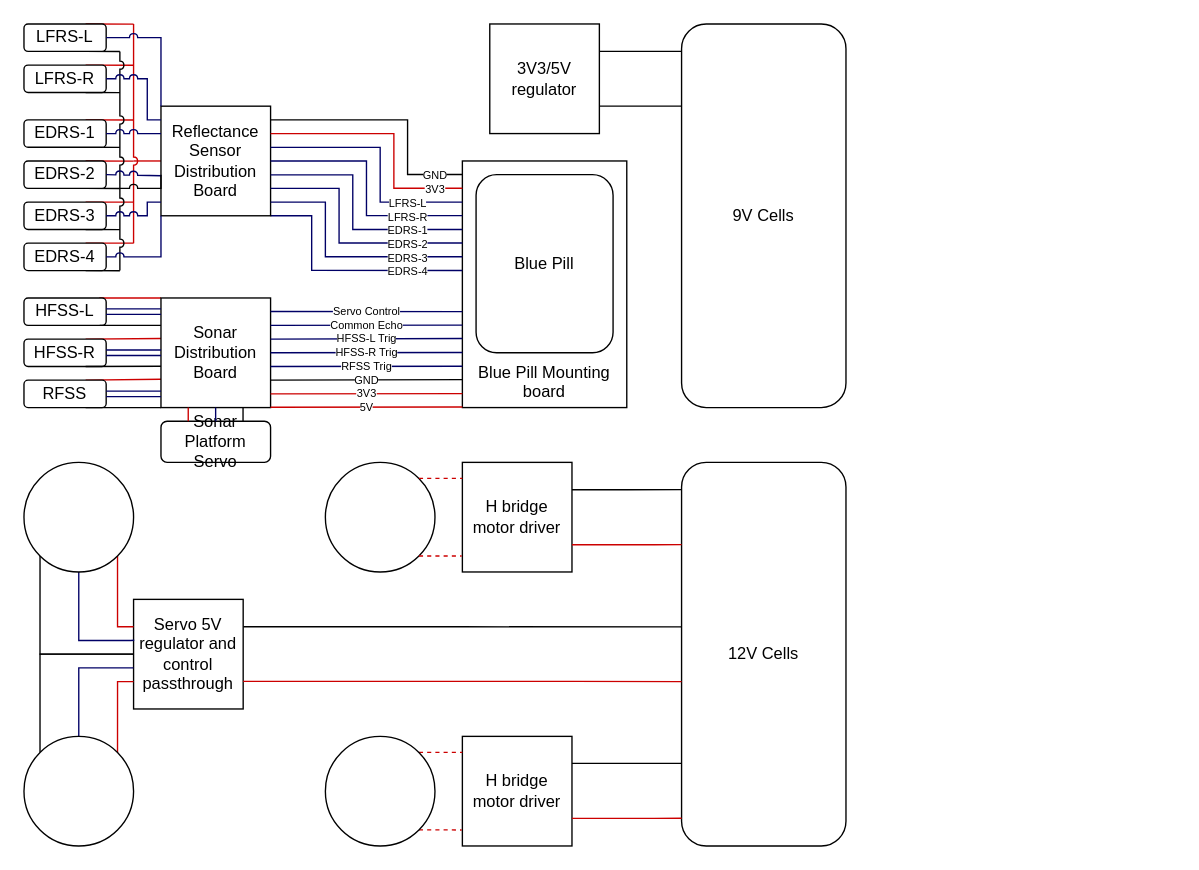
Earlier version of the draw.io diagram Electroncs.drawio (ENPH-253-Team-Nine/Electronics-Diagrams). Source tidied: cells renumbered, new cells numbered last; positions are measured from the earlier drawing's top-left corner, leaving out a move shared by most shapes. Both pictures are drawn from the tidied source at 137%, with x=0, y=0 at pixel (23, 23).
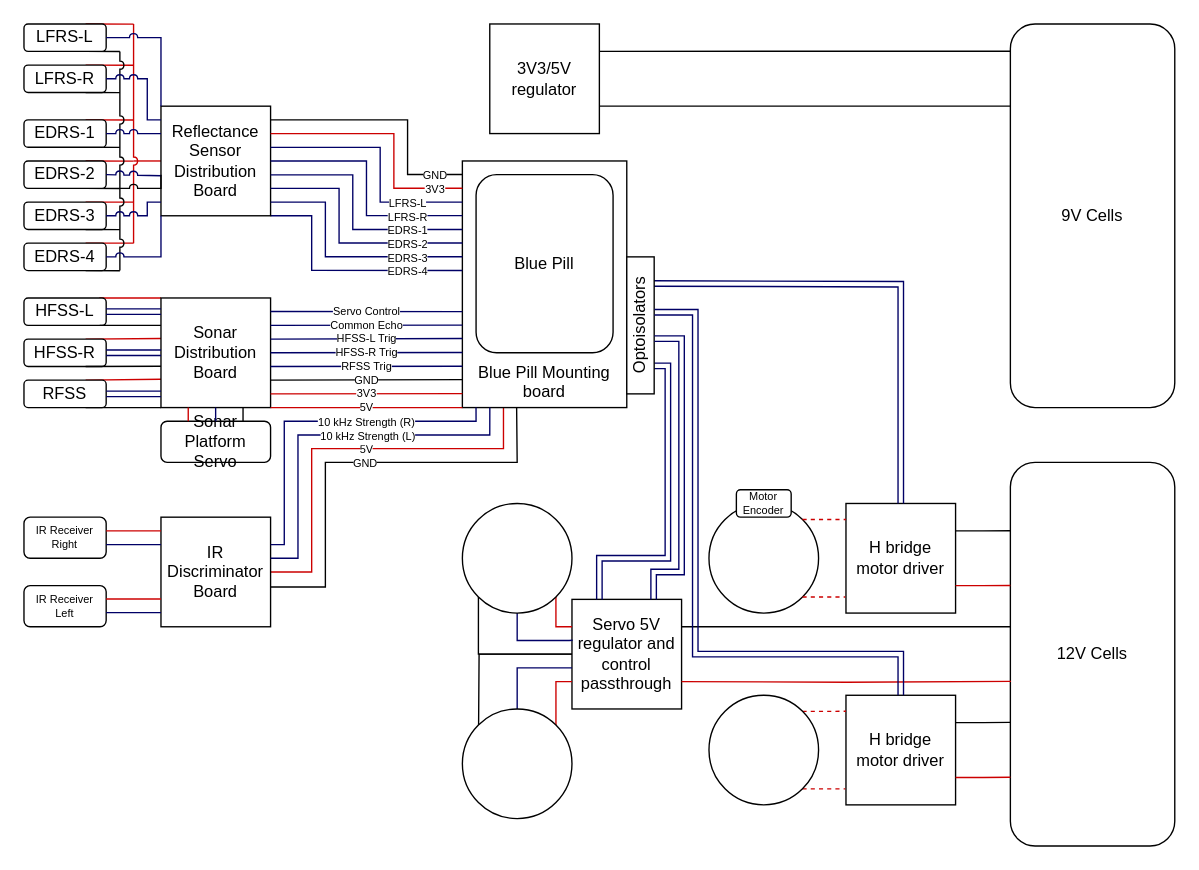
Above is the later version.

Unchanged cells that the change refers to:
```xml
<mxCell id="30" value="&lt;div&gt;&lt;br&gt;&lt;/div&gt;&lt;div&gt;&lt;br&gt;&lt;/div&gt;&lt;div&gt;&lt;br&gt;&lt;/div&gt;&lt;div&gt;&lt;br&gt;&lt;/div&gt;&lt;div&gt;&lt;br&gt;&lt;/div&gt;&lt;div&gt;&lt;br&gt;&lt;/div&gt;&lt;div&gt;&lt;br&gt;&lt;/div&gt;&lt;div&gt;&lt;br&gt;&lt;/div&gt;&lt;div&gt;&lt;br&gt;&lt;/div&gt;&lt;div&gt;&lt;br&gt;&lt;/div&gt;&lt;div&gt;Blue Pill Mounting board&lt;/div&gt;" style="rounded=0;whiteSpace=wrap;html=1;" parent="1" vertex="1">
  <mxGeometry x="320" y="100" width="120" height="180" as="geometry" />
</mxCell>
<mxCell id="33" value="3V3/5V regulator" style="whiteSpace=wrap;html=1;" parent="1" vertex="1">
  <mxGeometry x="340" width="80" height="80" as="geometry" />
</mxCell>
```

What changed in the source:
```diff
@@
+    <mxCell id="94" value="&lt;font style=&quot;font-size: 8px;&quot;&gt;GND&lt;/font&gt;" style="edgeStyle=orthogonalEdgeStyle;rounded=0;sketch=0;jumpStyle=arc;jettySize=auto;html=1;shadow=0;fontSize=12;endArrow=none;endFill=0;strokeColor=#000000;entryX=0.33;entryY=0.998;entryDx=0;entryDy=0;entryPerimeter=0;" parent="1" edge="1" target="30">
+      <mxGeometry x="0.03" relative="1" as="geometry">
+        <mxPoint x="180" y="411" as="sourcePoint" />
+        <Array as="points">
+          <mxPoint x="220" y="411" />
+          <mxPoint x="220" y="320" />
+          <mxPoint x="360" y="320" />
+          <mxPoint x="360" y="300" />
+          <mxPoint x="360" y="300" />
+        </Array>
+      </mxGeometry>
+    </mxCell>
+    <mxCell id="95" value="&lt;font style=&quot;font-size: 8px;&quot;&gt;5V&lt;/font&gt;" style="edgeStyle=orthogonalEdgeStyle;rounded=0;sketch=0;jumpStyle=arc;jettySize=auto;html=1;exitX=1;exitY=0.5;exitDx=0;exitDy=0;entryX=0.25;entryY=1;entryDx=0;entryDy=0;shadow=0;fontSize=12;endArrow=none;endFill=0;strokeColor=#CC0000;" parent="1" edge="1" source="101" target="30">
+      <mxGeometry x="0.1" relative="1" as="geometry">
+        <Array as="points">
+          <mxPoint x="210" y="400" />
+          <mxPoint x="210" y="310" />
+          <mxPoint x="350" y="310" />
+        </Array>
+      </mxGeometry>
+    </mxCell>
@@
     <mxCell id="5" value="12V Cells" style="rounded=1;whiteSpace=wrap;html=1;" parent="1" vertex="1">
-      <mxGeometry x="480" y="320" width="120" height="280" as="geometry" />
+      <mxGeometry x="720" y="320" width="120" height="280" as="geometry" />
     </mxCell>
     <mxCell id="6" value="9V Cells" style="rounded=1;whiteSpace=wrap;html=1;" parent="1" vertex="1">
-      <mxGeometry x="480" width="120" height="280" as="geometry" />
+      <mxGeometry x="720" width="120" height="280" as="geometry" />
     </mxCell>
-    <mxCell id="7" style="edgeStyle=orthogonalEdgeStyle;rounded=0;jettySize=auto;html=1;exitX=1;exitY=0.25;exitDx=0;exitDy=0;entryX=0;entryY=0.071;entryDx=0;entryDy=0;entryPerimeter=0;endArrow=none;endFill=0;" parent="1" edge="1" source="8" target="5">
-      <mxGeometry relative="1" as="geometry" />
+    <mxCell id="7" style="edgeStyle=orthogonalEdgeStyle;rounded=0;jettySize=auto;html=1;exitX=1;exitY=0.25;exitDx=0;exitDy=0;entryX=0;entryY=0.071;entryDx=0;entryDy=0;entryPerimeter=0;endArrow=none;endFill=0;" parent="1" edge="1" source="8">
+      <mxGeometry relative="1" as="geometry">
+        <mxPoint x="720" y="369.9" as="targetPoint" />
+      </mxGeometry>
     </mxCell>
     <mxCell id="8" value="H bridge motor driver" style="whiteSpace=wrap;html=1;" parent="1" vertex="1">
-      <mxGeometry x="320" y="320" width="80" height="80" as="geometry" />
+      <mxGeometry x="600" y="350" width="80" height="80" as="geometry" />
     </mxCell>
     <mxCell id="9" value="H bridge motor driver" style="whiteSpace=wrap;html=1;" parent="1" vertex="1">
-      <mxGeometry x="320" y="520" width="80" height="80" as="geometry" />
+      <mxGeometry x="600" y="490" width="80" height="80" as="geometry" />
     </mxCell>
-    <mxCell id="10" style="edgeStyle=orthogonalEdgeStyle;rounded=0;jettySize=auto;html=1;exitX=0;exitY=0.5;exitDx=0;exitDy=0;entryX=0;entryY=0;entryDx=0;entryDy=0;endArrow=none;endFill=0;" parent="1" edge="1" source="12" target="23">
-      <mxGeometry relative="1" as="geometry" />
+    <mxCell id="10" style="edgeStyle=orthogonalEdgeStyle;rounded=0;jettySize=auto;html=1;exitX=0;exitY=0.5;exitDx=0;exitDy=0;entryX=0;entryY=0;entryDx=0;entryDy=0;endArrow=none;endFill=0;" parent="1" edge="1" source="12">
+      <mxGeometry relative="1" as="geometry">
+        <mxPoint x="331.7" y="531.7" as="targetPoint" />
+      </mxGeometry>
     </mxCell>
-    <mxCell id="11" style="edgeStyle=orthogonalEdgeStyle;rounded=0;jettySize=auto;html=1;exitX=1;exitY=0.25;exitDx=0;exitDy=0;endArrow=none;endFill=0;entryX=0;entryY=0.429;entryDx=0;entryDy=0;entryPerimeter=0;" parent="1" edge="1" source="12" target="5">
-      <mxGeometry relative="1" as="geometry" />
+    <mxCell id="11" style="edgeStyle=orthogonalEdgeStyle;rounded=0;jettySize=auto;html=1;exitX=1;exitY=0.25;exitDx=0;exitDy=0;endArrow=none;endFill=0;jumpStyle=none;" parent="1" edge="1" source="12">
+      <mxGeometry relative="1" as="geometry">
+        <mxPoint x="720" y="440" as="targetPoint" />
+      </mxGeometry>
     </mxCell>
     <mxCell id="12" value="Servo 5V regulator and control passthrough" style="whiteSpace=wrap;html=1;" parent="1" vertex="1">
-      <mxGeometry x="80" y="420" width="80" height="80" as="geometry" />
+      <mxGeometry x="400" y="420" width="80" height="80" as="geometry" />
     </mxCell>
     <mxCell id="13" style="ellipse;whiteSpace=wrap;html=1;" parent="1" vertex="1">
-      <mxGeometry x="220" y="320" width="80" height="80" as="geometry" />
+      <mxGeometry x="500" y="350" width="80" height="80" as="geometry" />
     </mxCell>
@@
     <mxCell id="16" style="ellipse;whiteSpace=wrap;html=1;" parent="1" vertex="1">
-      <mxGeometry x="220" y="520" width="80" height="80" as="geometry" />
+      <mxGeometry x="500" y="490" width="80" height="80" as="geometry" />
     </mxCell>
     <mxCell id="17" style="edgeStyle=orthogonalEdgeStyle;rounded=0;jettySize=auto;html=1;exitX=1;exitY=1;exitDx=0;exitDy=0;entryX=0;entryY=0.25;entryDx=0;entryDy=0;endArrow=none;endFill=0;strokeColor=#CC0000;" parent="1" edge="1" source="20" target="12">
       <mxGeometry relative="1" as="geometry">
         <Array as="points">
-          <mxPoint x="68" y="440" />
+          <mxPoint x="388" y="440" />
         </Array>
       </mxGeometry>
     </mxCell>
     <mxCell id="18" style="edgeStyle=orthogonalEdgeStyle;rounded=0;jettySize=auto;html=1;exitX=0.5;exitY=1;exitDx=0;exitDy=0;endArrow=none;endFill=0;entryX=0.006;entryY=0.373;entryDx=0;entryDy=0;entryPerimeter=0;strokeColor=#000066;" parent="1" edge="1" source="20" target="12">
       <mxGeometry relative="1" as="geometry">
         <Array as="points">
-          <mxPoint x="40" y="450" />
-          <mxPoint x="78" y="450" />
+          <mxPoint x="360" y="450" />
+          <mxPoint x="398" y="450" />
         </Array>
       </mxGeometry>
     </mxCell>
@@
     <mxCell id="20" style="ellipse;whiteSpace=wrap;html=1;" parent="1" vertex="1">
-      <mxGeometry y="320" width="80" height="80" as="geometry" />
+      <mxGeometry x="320" y="350" width="80" height="80" as="geometry" />
     </mxCell>
-    <mxCell id="21" style="edgeStyle=orthogonalEdgeStyle;rounded=0;jettySize=auto;html=1;exitX=0.5;exitY=0;exitDx=0;exitDy=0;entryX=0;entryY=0.625;entryDx=0;entryDy=0;entryPerimeter=0;endArrow=none;endFill=0;strokeColor=#000066;" parent="1" edge="1" source="23" target="12">
-      <mxGeometry relative="1" as="geometry" />
+    <mxCell id="21" style="edgeStyle=orthogonalEdgeStyle;rounded=0;jettySize=auto;html=1;exitX=0.5;exitY=0;exitDx=0;exitDy=0;entryX=0;entryY=0.625;entryDx=0;entryDy=0;entryPerimeter=0;endArrow=none;endFill=0;strokeColor=#000066;" parent="1" edge="1" target="12">
+      <mxGeometry relative="1" as="geometry">
+        <mxPoint x="360" y="520" as="sourcePoint" />
+        <Array as="points">
+          <mxPoint x="360" y="470" />
+        </Array>
+      </mxGeometry>
     </mxCell>
-    <mxCell id="22" style="edgeStyle=orthogonalEdgeStyle;rounded=0;jettySize=auto;html=1;exitX=1;exitY=0;exitDx=0;exitDy=0;entryX=0;entryY=0.75;entryDx=0;entryDy=0;endArrow=none;endFill=0;strokeColor=#CC0000;" parent="1" edge="1" source="23" target="12">
+    <mxCell id="22" style="edgeStyle=orthogonalEdgeStyle;rounded=0;jettySize=auto;html=1;exitX=1;exitY=0;exitDx=0;exitDy=0;entryX=0;entryY=0.75;entryDx=0;entryDy=0;endArrow=none;endFill=0;strokeColor=#CC0000;" parent="1" edge="1" target="12">
       <mxGeometry relative="1" as="geometry">
+        <mxPoint x="388.3" y="531.7" as="sourcePoint" />
         <Array as="points">
-          <mxPoint x="68" y="480" />
+          <mxPoint x="388" y="480" />
         </Array>
       </mxGeometry>
     </mxCell>
     <mxCell id="23" style="ellipse;whiteSpace=wrap;html=1;" parent="1" vertex="1">
-      <mxGeometry y="520" width="80" height="80" as="geometry" />
+      <mxGeometry x="320" y="500" width="80" height="80" as="geometry" />
     </mxCell>
-    <mxCell id="24" style="edgeStyle=orthogonalEdgeStyle;rounded=0;orthogonalLoop=1;jettySize=auto;html=1;exitX=1;exitY=0.25;exitDx=0;exitDy=0;endArrow=none;endFill=0;entryX=0;entryY=0.429;entryDx=0;entryDy=0;entryPerimeter=0;strokeColor=#CC0000;" parent="1" edge="1">
+    <mxCell id="24" style="edgeStyle=orthogonalEdgeStyle;rounded=0;jettySize=auto;html=1;endArrow=none;endFill=0;entryX=0.004;entryY=0.571;entryDx=0;entryDy=0;entryPerimeter=0;strokeColor=#CC0000;" parent="1" edge="1" target="5">
       <mxGeometry relative="1" as="geometry">
-        <mxPoint x="160" y="479.9" as="sourcePoint" />
-        <mxPoint x="480" y="480" as="targetPoint" />
-        <Array as="points">
-          <mxPoint x="400" y="480" />
-          <mxPoint x="400" y="480" />
-        </Array>
+        <mxPoint x="480" y="480" as="sourcePoint" />
       </mxGeometry>
     </mxCell>
-    <mxCell id="25" style="edgeStyle=orthogonalEdgeStyle;rounded=0;orthogonalLoop=1;jettySize=auto;html=1;exitX=1;exitY=0.25;exitDx=0;exitDy=0;entryX=0;entryY=0.071;entryDx=0;entryDy=0;entryPerimeter=0;endArrow=none;endFill=0;strokeColor=#CC0000;" parent="1" edge="1">
+    <mxCell id="25" style="edgeStyle=orthogonalEdgeStyle;rounded=0;jettySize=auto;html=1;exitX=1;exitY=0.75;exitDx=0;exitDy=0;entryX=0;entryY=0.214;entryDx=0;entryDy=0;entryPerimeter=0;endArrow=none;endFill=0;strokeColor=#CC0000;" parent="1" edge="1" source="8">
       <mxGeometry relative="1" as="geometry">
-        <mxPoint x="400" y="380.1" as="sourcePoint" />
-        <mxPoint x="480" y="380" as="targetPoint" />
+        <mxPoint x="720" y="409.9" as="targetPoint" />
         <Array as="points">
-          <mxPoint x="460" y="380" />
-          <mxPoint x="460" y="380" />
+          <mxPoint x="699" y="410" />
         </Array>
       </mxGeometry>
     </mxCell>
-    <mxCell id="26" style="edgeStyle=orthogonalEdgeStyle;rounded=0;orthogonalLoop=1;jettySize=auto;html=1;exitX=1;exitY=0.25;exitDx=0;exitDy=0;entryX=0;entryY=0.071;entryDx=0;entryDy=0;entryPerimeter=0;endArrow=none;endFill=0;" parent="1" edge="1">
+    <mxCell id="26" style="edgeStyle=orthogonalEdgeStyle;rounded=0;jettySize=auto;html=1;endArrow=none;endFill=0;entryX=0;entryY=0.785;entryDx=0;entryDy=0;entryPerimeter=0;exitX=1;exitY=0.25;exitDx=0;exitDy=0;" parent="1" edge="1" source="9">
       <mxGeometry relative="1" as="geometry">
-        <mxPoint x="400" y="539.8" as="sourcePoint" />
-        <mxPoint x="480" y="539.7" as="targetPoint" />
-        <Array as="points">
-          <mxPoint x="480" y="540" />
-        </Array>
+        <mxPoint x="720" y="509.8" as="targetPoint" />
       </mxGeometry>
     </mxCell>
-    <mxCell id="27" style="edgeStyle=orthogonalEdgeStyle;rounded=0;orthogonalLoop=1;jettySize=auto;html=1;exitX=1;exitY=0.25;exitDx=0;exitDy=0;entryX=0;entryY=0.071;entryDx=0;entryDy=0;entryPerimeter=0;endArrow=none;endFill=0;strokeColor=#CC0000;" parent="1" edge="1">
+    <mxCell id="27" style="edgeStyle=orthogonalEdgeStyle;rounded=0;jettySize=auto;html=1;exitX=1;exitY=0.75;exitDx=0;exitDy=0;entryX=0;entryY=0.928;entryDx=0;entryDy=0;entryPerimeter=0;endArrow=none;endFill=0;strokeColor=#CC0000;" parent="1" edge="1" source="9">
       <mxGeometry relative="1" as="geometry">
-        <mxPoint x="400" y="579.9" as="sourcePoint" />
-        <mxPoint x="480" y="579.8" as="targetPoint" />
-        <Array as="points">
-          <mxPoint x="460" y="579.8" />
-          <mxPoint x="460" y="579.8" />
-        </Array>
+        <mxPoint x="720" y="549.8" as="targetPoint" />
       </mxGeometry>
     </mxCell>
     <mxCell id="28" style="edgeStyle=orthogonalEdgeStyle;rounded=0;orthogonalLoop=1;jettySize=auto;html=1;exitX=1;exitY=0;exitDx=0;exitDy=0;endArrow=none;endFill=0;dashed=1;entryX=0;entryY=0.153;entryDx=0;entryDy=0;entryPerimeter=0;strokeColor=#CC0000;" parent="1" edge="1">
       <mxGeometry relative="1" as="geometry">
-        <mxPoint x="288.3" y="331.7" as="sourcePoint" />
-        <mxPoint x="320" y="332.2" as="targetPoint" />
+        <mxPoint x="568.3" y="361.7" as="sourcePoint" />
+        <mxPoint x="600" y="362.2" as="targetPoint" />
       </mxGeometry>
     </mxCell>
     <mxCell id="29" style="edgeStyle=orthogonalEdgeStyle;rounded=0;orthogonalLoop=1;jettySize=auto;html=1;exitX=1;exitY=1;exitDx=0;exitDy=0;entryX=-0.006;entryY=0.847;entryDx=0;entryDy=0;entryPerimeter=0;dashed=1;endArrow=none;endFill=0;strokeColor=#CC0000;" parent="1" edge="1">
       <mxGeometry relative="1" as="geometry">
-        <mxPoint x="288.3" y="388.3" as="sourcePoint" />
-        <mxPoint x="319.5" y="387.8" as="targetPoint" />
+        <mxPoint x="568.3" y="418.3" as="sourcePoint" />
+        <mxPoint x="599.5" y="417.8" as="targetPoint" />
       </mxGeometry>
     </mxCell>
@@
-    <mxCell id="31" style="edgeStyle=none;rounded=0;jettySize=auto;html=1;exitX=1;exitY=0.75;exitDx=0;exitDy=0;endArrow=none;endFill=0;" parent="1" edge="1" source="33">
-      <mxGeometry relative="1" as="geometry">
-        <mxPoint x="480" y="60" as="targetPoint" />
-      </mxGeometry>
+    <mxCell id="31" style="edgeStyle=none;rounded=0;jettySize=auto;html=1;exitX=1;exitY=0.75;exitDx=0;exitDy=0;endArrow=none;endFill=0;entryX=0;entryY=0.214;entryDx=0;entryDy=0;entryPerimeter=0;" parent="1" edge="1" source="33" target="6">
+      <mxGeometry relative="1" as="geometry" />
     </mxCell>
@@
-    <mxCell id="34" style="edgeStyle=none;rounded=0;jettySize=auto;html=1;exitX=1;exitY=0.25;exitDx=0;exitDy=0;endArrow=none;endFill=0;" parent="1" edge="1" source="33">
-      <mxGeometry relative="1" as="geometry">
-        <mxPoint x="480" y="20" as="targetPoint" />
-      </mxGeometry>
+    <mxCell id="34" style="edgeStyle=none;rounded=0;jettySize=auto;html=1;exitX=1;exitY=0.25;exitDx=0;exitDy=0;endArrow=none;endFill=0;entryX=0;entryY=0.071;entryDx=0;entryDy=0;entryPerimeter=0;" parent="1" edge="1" source="33" target="6">
+      <mxGeometry relative="1" as="geometry" />
     </mxCell>
@@
-    <mxCell id="93" value="5V" style="endArrow=none;html=1;rounded=0;entryX=0;entryY=1;entryDx=0;entryDy=0;strokeColor=#CC0000;fontSize=8;" parent="1" edge="1">
+    <mxCell id="93" value="5V" style="endArrow=none;html=1;rounded=0;strokeColor=#CC0000;fontSize=8;" parent="1" edge="1">
       <mxGeometry relative="1" as="geometry">
-        <mxPoint x="180" y="279.8" as="sourcePoint" />
-        <mxPoint x="320" y="279.6" as="targetPoint" />
+        <mxPoint x="180" y="280" as="sourcePoint" />
+        <mxPoint x="320" y="280" as="targetPoint" />
       </mxGeometry>
     </mxCell>
+    <mxCell id="96" style="edgeStyle=orthogonalEdgeStyle;rounded=0;sketch=0;jumpStyle=arc;jettySize=auto;html=1;entryX=0.25;entryY=0;entryDx=0;entryDy=0;shadow=0;fontSize=12;endArrow=none;endFill=0;strokeColor=#000066;exitX=0.204;exitY=1.004;exitDx=0;exitDy=0;exitPerimeter=0;shape=link;" parent="1" edge="1" source="98" target="12">
+      <mxGeometry relative="1" as="geometry">
+        <Array as="points">
+          <mxPoint x="470" y="250" />
+          <mxPoint x="470" y="390" />
+          <mxPoint x="420" y="390" />
+        </Array>
+      </mxGeometry>
+    </mxCell>
+    <mxCell id="97" style="edgeStyle=elbowEdgeStyle;rounded=0;sketch=0;jumpStyle=arc;jettySize=auto;html=1;exitX=0.806;exitY=0.972;exitDx=0;exitDy=0;entryX=0.5;entryY=0;entryDx=0;entryDy=0;shadow=0;fontSize=12;endArrow=none;endFill=0;strokeColor=#000066;exitPerimeter=0;shape=link;" parent="1" edge="1" source="98" target="8">
+      <mxGeometry relative="1" as="geometry">
+        <Array as="points">
+          <mxPoint x="640" y="190" />
+          <mxPoint x="610" y="340" />
+          <mxPoint x="570" y="320" />
+          <mxPoint x="500" y="320" />
+          <mxPoint x="500" y="260" />
+        </Array>
+      </mxGeometry>
+    </mxCell>
+    <mxCell id="98" value="&lt;font style=&quot;font-size: 12px;&quot;&gt;Optoisolators&lt;/font&gt;" style="rounded=0;whiteSpace=wrap;html=1;shadow=0;fontSize=8;rotation=-90;" parent="1" vertex="1">
+      <mxGeometry x="400" y="210" width="100" height="20" as="geometry" />
+    </mxCell>
+    <mxCell id="99" style="edgeStyle=orthogonalEdgeStyle;rounded=0;sketch=0;jumpStyle=arc;jettySize=auto;html=1;entryX=0.25;entryY=0;entryDx=0;entryDy=0;shadow=0;fontSize=12;endArrow=none;endFill=0;strokeColor=#000066;exitX=0.403;exitY=1.007;exitDx=0;exitDy=0;exitPerimeter=0;shape=link;" parent="1" edge="1" source="98">
+      <mxGeometry relative="1" as="geometry">
+        <mxPoint x="459.6" y="420" as="targetPoint" />
+        <Array as="points">
+          <mxPoint x="480" y="230" />
+          <mxPoint x="480" y="400" />
+          <mxPoint x="460" y="400" />
+        </Array>
+      </mxGeometry>
+    </mxCell>
+    <mxCell id="100" style="edgeStyle=orthogonalEdgeStyle;rounded=0;sketch=0;jumpStyle=arc;jettySize=auto;html=1;entryX=0.5;entryY=0;entryDx=0;entryDy=0;shadow=0;fontSize=12;endArrow=none;endFill=0;strokeColor=#000066;exitX=0.596;exitY=1.01;exitDx=0;exitDy=0;exitPerimeter=0;shape=link;" parent="1" edge="1" source="98" target="9">
+      <mxGeometry relative="1" as="geometry">
+        <Array as="points">
+          <mxPoint x="490" y="210" />
+          <mxPoint x="490" y="460" />
+          <mxPoint x="640" y="460" />
+        </Array>
+      </mxGeometry>
+    </mxCell>
+    <mxCell id="101" value="IR Discriminator Board" style="whiteSpace=wrap;html=1;shadow=0;fontSize=12;" parent="1" vertex="1">
+      <mxGeometry x="100" y="360" width="80" height="80" as="geometry" />
+    </mxCell>
+    <mxCell id="102" value="&lt;font style=&quot;font-size: 8px;&quot;&gt;10 kHz Strength (L)&lt;/font&gt;" style="edgeStyle=orthogonalEdgeStyle;rounded=0;sketch=0;jumpStyle=arc;jettySize=auto;html=1;exitX=1;exitY=0.25;exitDx=0;exitDy=0;entryX=0.167;entryY=1;entryDx=0;entryDy=0;entryPerimeter=0;shadow=0;fontSize=12;endArrow=none;endFill=0;strokeColor=#000066;" parent="1" edge="1" target="30">
+      <mxGeometry x="0.19" relative="1" as="geometry">
+        <mxPoint x="180" y="390" as="sourcePoint" />
+        <Array as="points">
+          <mxPoint x="200" y="390" />
+          <mxPoint x="200" y="300" />
+          <mxPoint x="340" y="300" />
+        </Array>
+      </mxGeometry>
+    </mxCell>
+    <mxCell id="103" value="&lt;font style=&quot;font-size: 8px;&quot;&gt;10 &lt;font style=&quot;font-size: 8px;&quot;&gt;kHz Strength&lt;/font&gt;&lt;/font&gt;&lt;font style=&quot;font-size: 8px;&quot;&gt; (R)&lt;/font&gt;" style="edgeStyle=orthogonalEdgeStyle;rounded=0;sketch=0;jumpStyle=arc;jettySize=auto;html=1;exitX=1;exitY=0.25;exitDx=0;exitDy=0;entryX=0.083;entryY=1;entryDx=0;entryDy=0;entryPerimeter=0;shadow=0;fontSize=12;endArrow=none;endFill=0;strokeColor=#000066;" parent="1" edge="1" source="101" target="30">
+      <mxGeometry x="0.28" relative="1" as="geometry">
+        <Array as="points">
+          <mxPoint x="190" y="380" />
+          <mxPoint x="190" y="290" />
+          <mxPoint x="330" y="290" />
+        </Array>
+      </mxGeometry>
+    </mxCell>
+    <mxCell id="104" value="&lt;div&gt;IR Receiver&lt;/div&gt;&lt;div&gt;Right&lt;br&gt;&lt;/div&gt;" style="rounded=1;whiteSpace=wrap;html=1;shadow=0;fontSize=8;" parent="1" vertex="1">
+      <mxGeometry y="360" width="60" height="30" as="geometry" />
+    </mxCell>
+    <mxCell id="105" value="&lt;div&gt;IR Receiver&lt;/div&gt;&lt;div&gt;Left&lt;br&gt;&lt;/div&gt;" style="rounded=1;whiteSpace=wrap;html=1;shadow=0;fontSize=8;" parent="1" vertex="1">
+      <mxGeometry y="410" width="60" height="30" as="geometry" />
+    </mxCell>
+    <mxCell id="106" style="endArrow=none;html=1;rounded=0;shadow=0;sketch=0;fontSize=8;strokeColor=#CC0000;jumpStyle=arc;exitX=1;exitY=0.333;exitDx=0;exitDy=0;exitPerimeter=0;" parent="1" edge="1" source="104">
+      <mxGeometry relative="1" as="geometry">
+        <mxPoint x="100" y="370" as="targetPoint" />
+      </mxGeometry>
+    </mxCell>
+    <mxCell id="107" style="endArrow=none;html=1;rounded=0;shadow=0;sketch=0;fontSize=8;strokeColor=#000066;jumpStyle=arc;exitX=1;exitY=0.333;exitDx=0;exitDy=0;exitPerimeter=0;" parent="1" edge="1">
+      <mxGeometry relative="1" as="geometry">
+        <mxPoint x="60" y="380" as="sourcePoint" />
+        <mxPoint x="100" y="380" as="targetPoint" />
+      </mxGeometry>
+    </mxCell>
+    <mxCell id="108" style="endArrow=none;html=1;rounded=0;shadow=0;sketch=0;fontSize=8;strokeColor=#CC0000;jumpStyle=arc;exitX=1;exitY=0.333;exitDx=0;exitDy=0;exitPerimeter=0;" parent="1" edge="1">
+      <mxGeometry relative="1" as="geometry">
+        <mxPoint x="60" y="419.7" as="sourcePoint" />
+        <mxPoint x="100" y="419.7" as="targetPoint" />
+      </mxGeometry>
+    </mxCell>
+    <mxCell id="109" style="endArrow=none;html=1;rounded=0;shadow=0;sketch=0;fontSize=8;strokeColor=#000066;jumpStyle=arc;exitX=1;exitY=0.333;exitDx=0;exitDy=0;exitPerimeter=0;" parent="1" edge="1">
+      <mxGeometry relative="1" as="geometry">
+        <mxPoint x="60" y="429.7" as="sourcePoint" />
+        <mxPoint x="100" y="429.7" as="targetPoint" />
+      </mxGeometry>
+    </mxCell>
+    <mxCell id="110" value="Motor Encoder" style="rounded=1;whiteSpace=wrap;html=1;shadow=0;fontSize=8;" parent="1" vertex="1">
+      <mxGeometry x="520" y="340" width="40" height="20" as="geometry" />
+    </mxCell>
```
